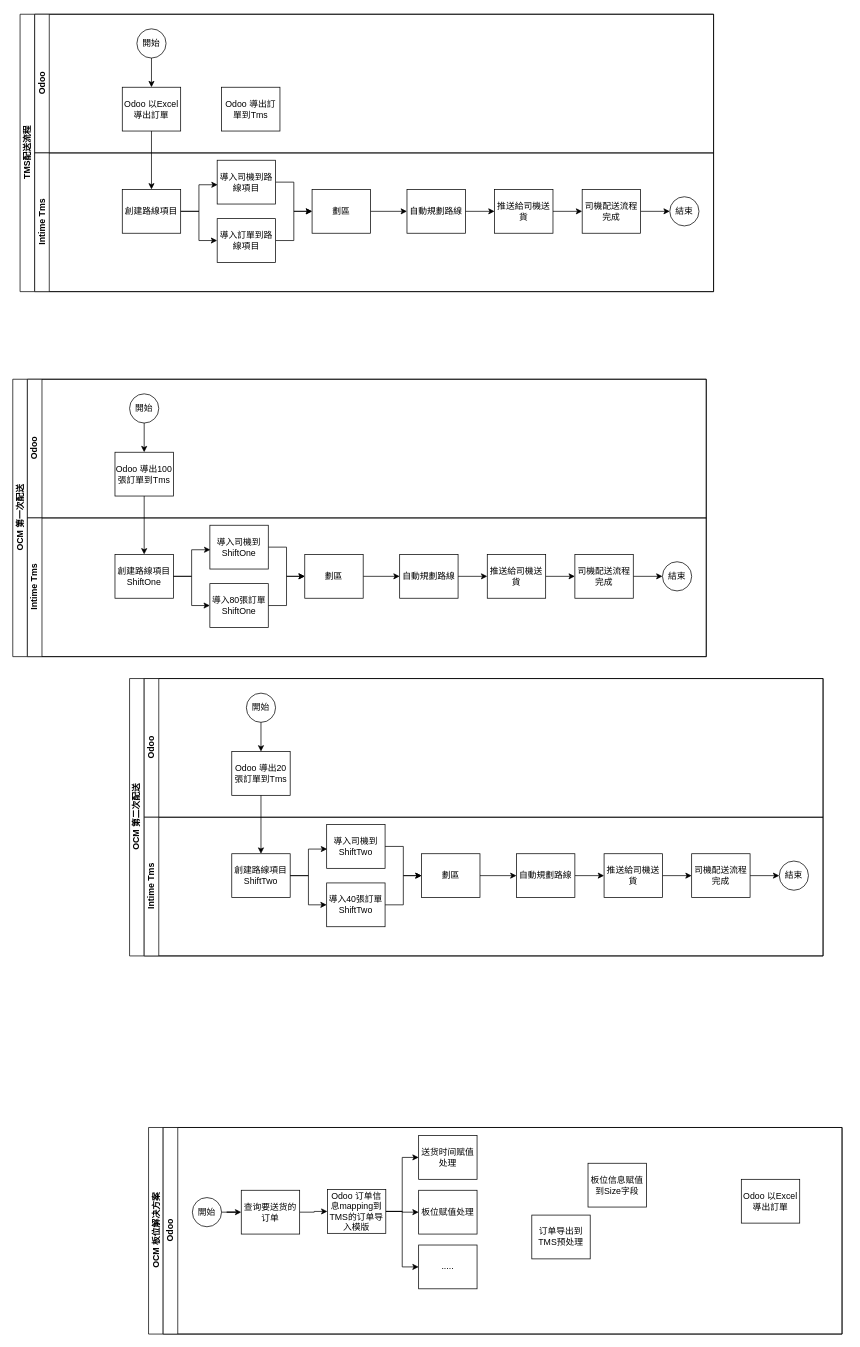
Above: 未命名绘图1.drawio in wingtian/Template (draw.io), before the change. Source tidied: cells renumbered, new cells numbered last; positions are measured from the earlier drawing's top-left corner, leaving out a move shared by most shapes. Both pictures are drawn from the tidied source at 73%, with x=0, y=0 at pixel (12, 14).
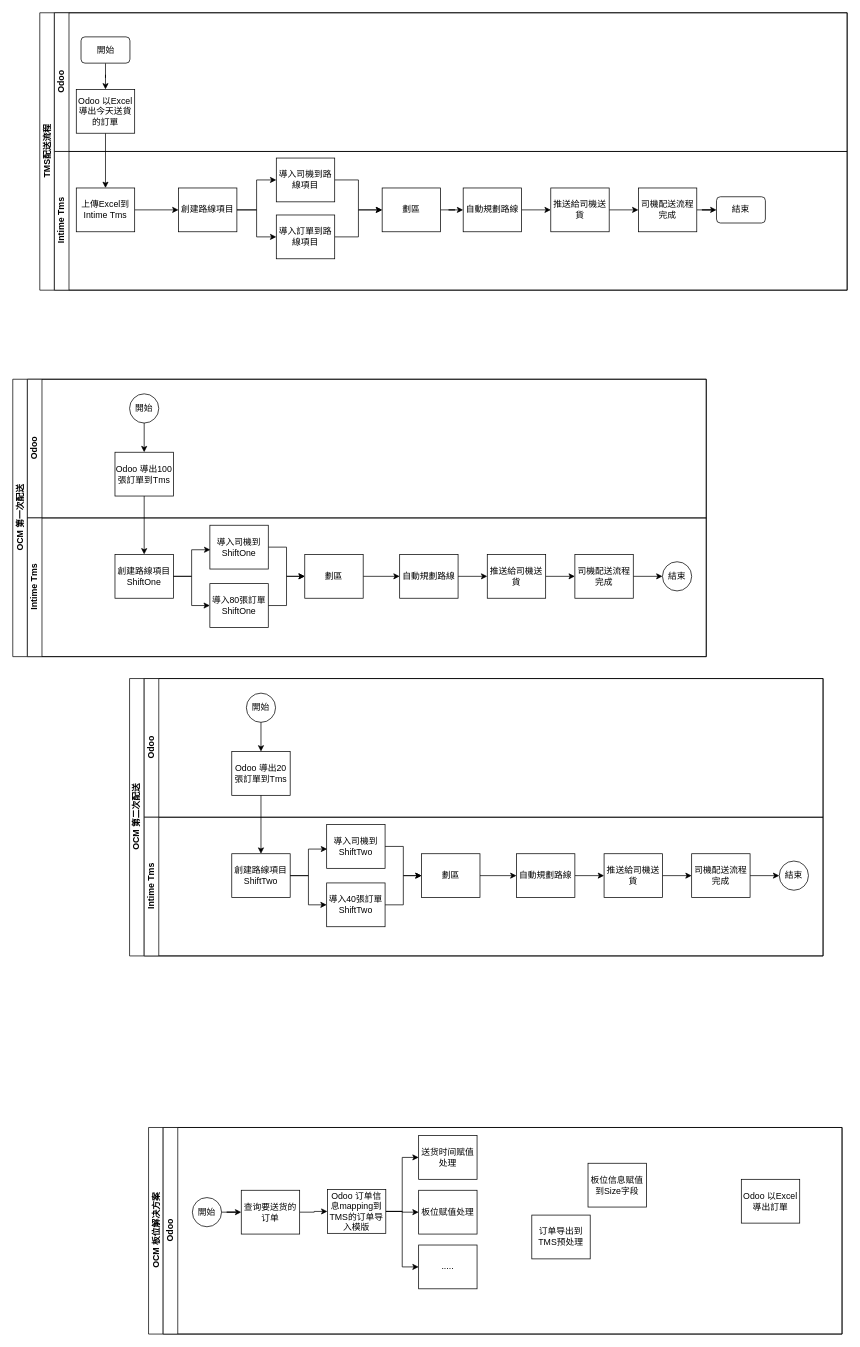
The same diagram, later.

Commit message:
更新未命名绘图1.drawio

Diff of the diagram source:
```diff
@@
     <mxCell id="2" value="TMS配送流程" style="swimlane;html=1;horizontal=0;startSize=20;" parent="1" vertex="1">
-      <mxGeometry x="10" width="950" height="380" as="geometry" />
+      <mxGeometry x="37" y="-2" width="1106" height="380" as="geometry" />
     </mxCell>
+    <mxCell id="25" style="edgeStyle=orthogonalEdgeStyle;rounded=0;jettySize=auto;html=1;entryX=0.5;entryY=0;entryDx=0;entryDy=0;" parent="2" edge="1" source="4" target="89">
+      <mxGeometry relative="1" as="geometry" />
+    </mxCell>
     <mxCell id="3" value="Odoo" style="swimlane;html=1;startSize=20;horizontal=0;" parent="2" vertex="1">
-      <mxGeometry x="20" width="930" height="190" as="geometry" />
+      <mxGeometry x="20" width="1086" height="190" as="geometry" />
     </mxCell>
-    <mxCell id="4" value="Odoo 以Excel導出訂單" style="rounded=0;whiteSpace=wrap;html=1;fontFamily=Helvetica;fontSize=12;fontColor=#000000;align=center;" parent="3" vertex="1">
-      <mxGeometry x="120" y="100" width="80" height="60" as="geometry" />
+    <mxCell id="4" value="Odoo 以Excel導出今天送貨的訂單" style="rounded=0;whiteSpace=wrap;html=1;fontFamily=Helvetica;fontSize=12;fontColor=#000000;align=center;" parent="3" vertex="1">
+      <mxGeometry x="30" y="105" width="80" height="60" as="geometry" />
     </mxCell>
+    <mxCell id="6" style="edgeStyle=orthogonalEdgeStyle;rounded=0;jettySize=auto;html=1;entryX=0.5;entryY=0;entryDx=0;entryDy=0;" parent="3" edge="1" source="5" target="4">
+      <mxGeometry relative="1" as="geometry" />
+    </mxCell>
-    <mxCell id="5" value="開始" style="ellipse;whiteSpace=wrap;html=1;" parent="3" vertex="1">
-      <mxGeometry x="140" y="20" width="40" height="40" as="geometry" />
+    <mxCell id="5" value="開始" style="rounded=1;whiteSpace=wrap;html=1;" parent="3" vertex="1">
+      <mxGeometry x="36.5" y="33" width="67" height="36" as="geometry" />
     </mxCell>
-    <mxCell id="6" style="edgeStyle=orthogonalEdgeStyle;rounded=0;jettySize=auto;html=1;" parent="3" edge="1" source="5" target="4">
-      <mxGeometry relative="1" as="geometry" />
-    </mxCell>
-    <mxCell id="7" value="Odoo 導出訂單到Tms" style="rounded=0;whiteSpace=wrap;html=1;fontFamily=Helvetica;fontSize=12;fontColor=#000000;align=center;" parent="3" vertex="1">
-      <mxGeometry x="256" y="100" width="80" height="60" as="geometry" />
-    </mxCell>
     <mxCell id="8" value="Intime Tms" style="swimlane;html=1;startSize=20;horizontal=0;" parent="2" vertex="1">
-      <mxGeometry x="20" y="190" width="930" height="190" as="geometry" />
+      <mxGeometry x="20" y="190" width="1086" height="190" as="geometry" />
     </mxCell>
+    <mxCell id="15" style="edgeStyle=orthogonalEdgeStyle;rounded=0;jettySize=auto;html=1;entryX=0;entryY=0.5;entryDx=0;entryDy=0;" parent="8" edge="1" source="10" target="12">
+      <mxGeometry relative="1" as="geometry" />
+    </mxCell>
-    <mxCell id="9" style="edgeStyle=orthogonalEdgeStyle;rounded=0;jettySize=auto;html=1;entryX=0;entryY=0.5;entryDx=0;entryDy=0;" parent="8" edge="1" source="10" target="14">
+    <mxCell id="9" style="edgeStyle=orthogonalEdgeStyle;rounded=0;jettySize=auto;html=1;" parent="8" edge="1" source="10" target="14">
       <mxGeometry relative="1" as="geometry" />
     </mxCell>
     <mxCell id="10" value="創建路線項目" style="rounded=0;whiteSpace=wrap;html=1;fontFamily=Helvetica;fontSize=12;fontColor=#000000;align=center;" parent="8" vertex="1">
-      <mxGeometry x="120" y="50" width="80" height="60" as="geometry" />
+      <mxGeometry x="170" y="50" width="80" height="60" as="geometry" />
     </mxCell>
@@
     <mxCell id="12" value="導入司機到路線項目" style="rounded=0;whiteSpace=wrap;html=1;fontFamily=Helvetica;fontSize=12;fontColor=#000000;align=center;" parent="8" vertex="1">
-      <mxGeometry x="250" y="10" width="80" height="60" as="geometry" />
+      <mxGeometry x="304" y="9" width="80" height="60" as="geometry" />
     </mxCell>
@@
     <mxCell id="14" value="導入訂單到路線項目" style="rounded=0;whiteSpace=wrap;html=1;fontFamily=Helvetica;fontSize=12;fontColor=#000000;align=center;" parent="8" vertex="1">
-      <mxGeometry x="250" y="90" width="80" height="60" as="geometry" />
+      <mxGeometry x="304" y="87" width="80" height="60" as="geometry" />
     </mxCell>
-    <mxCell id="15" style="edgeStyle=orthogonalEdgeStyle;rounded=0;jettySize=auto;html=1;entryX=0.008;entryY=0.56;entryDx=0;entryDy=0;entryPerimeter=0;" parent="8" edge="1" source="10" target="12">
-      <mxGeometry relative="1" as="geometry" />
-    </mxCell>
@@
     <mxCell id="17" value="劃區" style="rounded=0;whiteSpace=wrap;html=1;fontFamily=Helvetica;fontSize=12;fontColor=#000000;align=center;" parent="8" vertex="1">
-      <mxGeometry x="380" y="50" width="80" height="60" as="geometry" />
+      <mxGeometry x="449" y="50" width="80" height="60" as="geometry" />
     </mxCell>
@@
     <mxCell id="19" value="自動規劃路線" style="rounded=0;whiteSpace=wrap;html=1;fontFamily=Helvetica;fontSize=12;fontColor=#000000;align=center;" parent="8" vertex="1">
-      <mxGeometry x="510" y="50" width="80" height="60" as="geometry" />
+      <mxGeometry x="560" y="50" width="80" height="60" as="geometry" />
     </mxCell>
@@
     <mxCell id="21" value="推送給司機送貨" style="rounded=0;whiteSpace=wrap;html=1;fontFamily=Helvetica;fontSize=12;fontColor=#000000;align=center;" parent="8" vertex="1">
-      <mxGeometry x="630" y="50" width="80" height="60" as="geometry" />
+      <mxGeometry x="680" y="50" width="80" height="60" as="geometry" />
     </mxCell>
@@
     <mxCell id="23" value="司機配送流程完成" style="rounded=0;whiteSpace=wrap;html=1;fontFamily=Helvetica;fontSize=12;fontColor=#000000;align=center;" parent="8" vertex="1">
-      <mxGeometry x="750" y="50" width="80" height="60" as="geometry" />
+      <mxGeometry x="800" y="50" width="80" height="60" as="geometry" />
     </mxCell>
+    <mxCell id="88" style="edgeStyle=orthogonalEdgeStyle;rounded=0;jettySize=auto;html=1;entryX=0;entryY=0.5;entryDx=0;entryDy=0;" parent="8" edge="1" source="89" target="10">
+      <mxGeometry relative="1" as="geometry" />
+    </mxCell>
+    <mxCell id="89" value="上傳Excel到Intime Tms" style="rounded=0;whiteSpace=wrap;html=1;fontFamily=Helvetica;fontSize=12;fontColor=#000000;align=center;" parent="8" vertex="1">
+      <mxGeometry x="30" y="50" width="80" height="60" as="geometry" />
+    </mxCell>
-    <mxCell id="24" value="結束" style="ellipse;whiteSpace=wrap;html=1;" parent="8" vertex="1">
-      <mxGeometry x="870" y="60" width="40" height="40" as="geometry" />
+    <mxCell id="24" value="結束" style="rounded=1;whiteSpace=wrap;html=1;" parent="8" vertex="1">
+      <mxGeometry x="907" y="62" width="67" height="36" as="geometry" />
     </mxCell>
-    <mxCell id="25" style="edgeStyle=orthogonalEdgeStyle;rounded=0;jettySize=auto;html=1;entryX=0.5;entryY=0;entryDx=0;entryDy=0;" parent="2" edge="1" source="4" target="10">
-      <mxGeometry relative="1" as="geometry" />
-    </mxCell>
```
